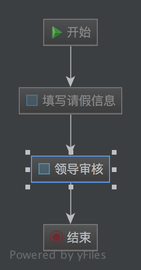
Earlier version of the BPMN export leave.png (kangyonggan/acti-leave). Its source is kept beside it as src/main/resources/leave.bpmn. Ids are renumbered. Source of this version:
```xml
<definitions xmlns="http://www.omg.org/spec/BPMN/20100524/MODEL" xmlns:activiti="http://activiti.org/bpmn" xmlns:bpmndi="http://www.omg.org/spec/BPMN/20100524/DI" xmlns:omgdc="http://www.omg.org/spec/DD/20100524/DC" xmlns:omgdi="http://www.omg.org/spec/DD/20100524/DI" xmlns:tns="http://www.activiti.org/test" xmlns:xsd="http://www.w3.org/2001/XMLSchema" xmlns:xsi="http://www.w3.org/2001/XMLSchema-instance" expressionLanguage="http://www.w3.org/1999/XPath" id="m1523253346829" name="" targetNamespace="http://www.activiti.org/test" typeLanguage="http://www.w3.org/2001/XMLSchema">
  <process id="leave_process" isClosed="false" isExecutable="true" name="请假流程" processType="None">
    <startEvent id="_2" name="开始"/>
    <endEvent id="_3" name="结束"/>
    <userTask activiti:assignee="ADMIN" activiti:exclusive="true" id="_4" name="填写请假信息"/>
    <userTask activiti:exclusive="true" id="_5" name="领导审核"/>
    <sequenceFlow id="_6" sourceRef="_2" targetRef="_4"/>
    <sequenceFlow id="_7" sourceRef="_4" targetRef="_5"/>
    <sequenceFlow id="_8" sourceRef="_5" targetRef="_3"/>
  </process>
  <bpmndi:BPMNDiagram documentation="background=#3C3F41;count=1;horizontalcount=1;orientation=0;width=842.4;height=1195.2;imageableWidth=832.4;imageableHeight=1185.2;imageableX=5.0;imageableY=5.0" id="Diagram-_1" name="New Diagram">
    <bpmndi:BPMNPlane bpmnElement="leave_process">
      <bpmndi:BPMNShape bpmnElement="_2" id="Shape-_2">
        <omgdc:Bounds height="32.0" width="32.0" x="245.0" y="20.0"/>
        <bpmndi:BPMNLabel>
          <omgdc:Bounds height="32.0" width="32.0" x="0.0" y="0.0"/>
        </bpmndi:BPMNLabel>
      </bpmndi:BPMNShape>
      <bpmndi:BPMNShape bpmnElement="_3" id="Shape-_3">
        <omgdc:Bounds height="32.0" width="32.0" x="250.0" y="420.0"/>
        <bpmndi:BPMNLabel>
          <omgdc:Bounds height="32.0" width="32.0" x="0.0" y="0.0"/>
        </bpmndi:BPMNLabel>
      </bpmndi:BPMNShape>
      <bpmndi:BPMNShape bpmnElement="_4" id="Shape-_4">
        <omgdc:Bounds height="55.0" width="85.0" x="215.0" y="110.0"/>
        <bpmndi:BPMNLabel>
          <omgdc:Bounds height="55.0" width="85.0" x="0.0" y="0.0"/>
        </bpmndi:BPMNLabel>
      </bpmndi:BPMNShape>
      <bpmndi:BPMNShape bpmnElement="_5" id="Shape-_5">
        <omgdc:Bounds height="55.0" width="85.0" x="215.0" y="285.0"/>
        <bpmndi:BPMNLabel>
          <omgdc:Bounds height="55.0" width="85.0" x="0.0" y="0.0"/>
        </bpmndi:BPMNLabel>
      </bpmndi:BPMNShape>
      <bpmndi:BPMNEdge bpmnElement="_6" id="BPMNEdge__6" sourceElement="_2" targetElement="_4">
        <omgdi:waypoint x="261.0" y="52.0"/>
        <omgdi:waypoint x="261.0" y="110.0"/>
        <bpmndi:BPMNLabel>
          <omgdc:Bounds height="0.0" width="0.0" x="0.0" y="0.0"/>
        </bpmndi:BPMNLabel>
      </bpmndi:BPMNEdge>
      <bpmndi:BPMNEdge bpmnElement="_7" id="BPMNEdge__7" sourceElement="_4" targetElement="_5">
        <omgdi:waypoint x="257.5" y="165.0"/>
        <omgdi:waypoint x="257.5" y="285.0"/>
        <bpmndi:BPMNLabel>
          <omgdc:Bounds height="0.0" width="0.0" x="0.0" y="0.0"/>
        </bpmndi:BPMNLabel>
      </bpmndi:BPMNEdge>
      <bpmndi:BPMNEdge bpmnElement="_8" id="BPMNEdge__8" sourceElement="_5" targetElement="_3">
        <omgdi:waypoint x="266.0" y="340.0"/>
        <omgdi:waypoint x="266.0" y="420.0"/>
        <bpmndi:BPMNLabel>
          <omgdc:Bounds height="0.0" width="0.0" x="0.0" y="0.0"/>
        </bpmndi:BPMNLabel>
      </bpmndi:BPMNEdge>
    </bpmndi:BPMNPlane>
  </bpmndi:BPMNDiagram>
</definitions>
```
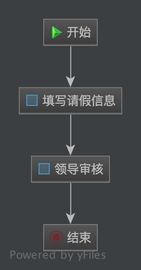
Later version of the same file.

The edit, as a diff of the source:
```diff
@@ -2,8 +2,8 @@
   <process id="leave_process" isClosed="false" isExecutable="true" name="请假流程" processType="None">
     <startEvent id="_2" name="开始"/>
     <endEvent id="_3" name="结束"/>
-    <userTask activiti:assignee="ADMIN" activiti:exclusive="true" id="_4" name="填写请假信息"/>
-    <userTask activiti:exclusive="true" id="_5" name="领导审核"/>
+    <userTask activiti:assignee="USER" activiti:exclusive="true" id="_4" name="填写请假信息"/>
+    <userTask activiti:assignee="ADMIN" activiti:exclusive="true" id="_5" name="领导审核"/>
     <sequenceFlow id="_6" sourceRef="_2" targetRef="_4"/>
     <sequenceFlow id="_7" sourceRef="_4" targetRef="_5"/>
     <sequenceFlow id="_8" sourceRef="_5" targetRef="_3"/>
```
